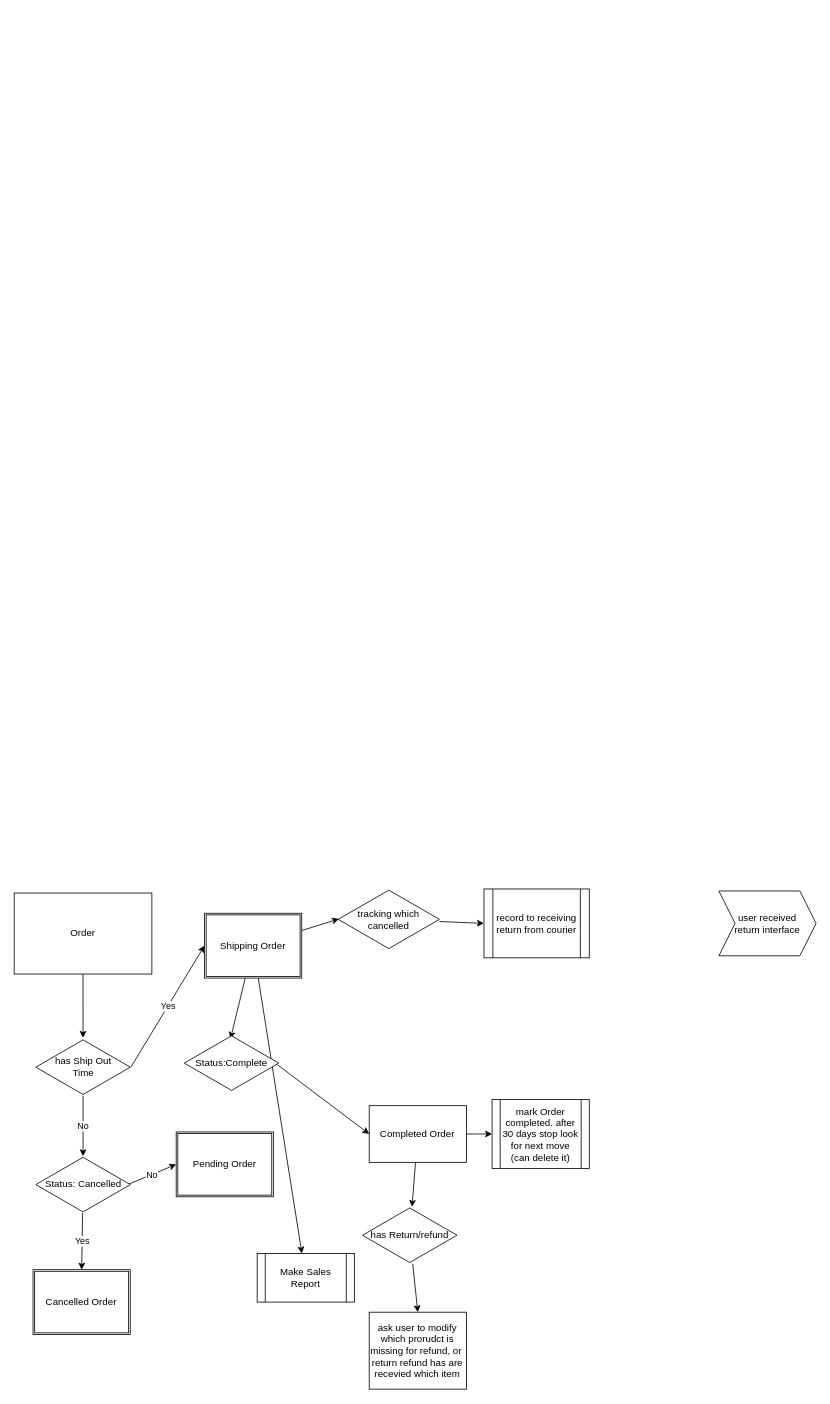
Before: src/main/java/com/colbertlum/orderStatus.drawio in ComaGear/shopeesalescoverter, a draw.io diagram. Source tidied: cells renumbered, new cells numbered last; positions are measured from the earlier drawing's top-left corner, leaving out a move shared by most shapes. Both pictures are drawn from the tidied source at 81%, with x=0, y=0 at pixel (14, 889).
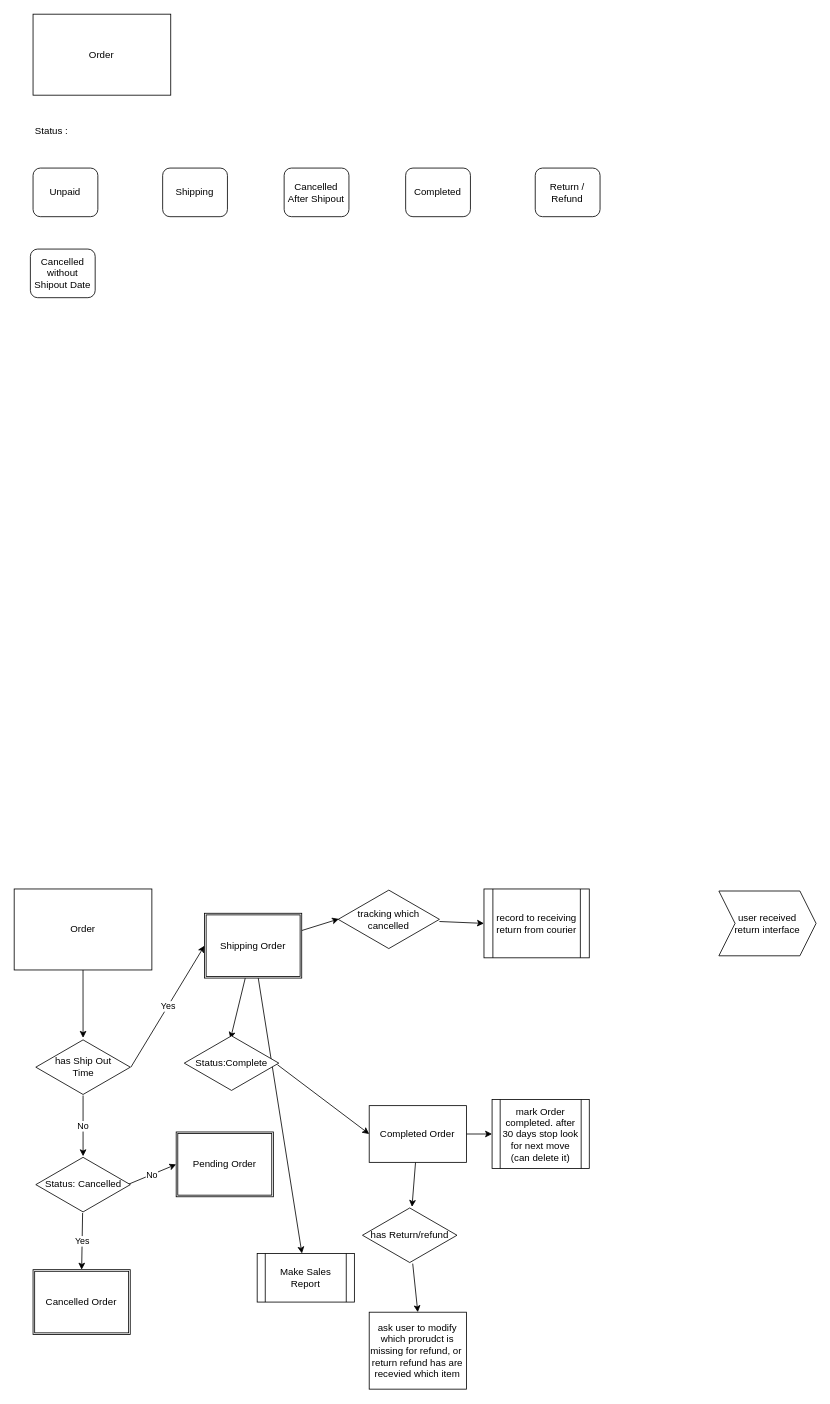
The same page after the edit.

The edit, as a diff of the source:
```diff
@@
     <mxCell id="3" value="Order" style="rounded=0;whiteSpace=wrap;html=1;" parent="1" vertex="1">
-      <mxGeometry y="5" width="170" height="100" as="geometry" />
+      <mxGeometry width="170" height="100" as="geometry" />
     </mxCell>
@@
+    <mxCell id="30" value="Order" style="rounded=0;whiteSpace=wrap;html=1;" parent="1" vertex="1">
+      <mxGeometry x="23.3" y="-1080" width="170" height="100" as="geometry" />
+    </mxCell>
+    <mxCell id="31" value="Unpaid" style="rounded=1;whiteSpace=wrap;html=1;" parent="1" vertex="1">
+      <mxGeometry x="23.3" y="-890" width="80" height="60" as="geometry" />
+    </mxCell>
+    <mxCell id="32" value="Shipping" style="rounded=1;whiteSpace=wrap;html=1;" parent="1" vertex="1">
+      <mxGeometry x="183.3" y="-890" width="80" height="60" as="geometry" />
+    </mxCell>
+    <mxCell id="33" value="Status :" style="text;strokeColor=none;fillColor=none;align=left;verticalAlign=middle;spacingLeft=4;spacingRight=4;overflow=hidden;whiteSpace=wrap;html=1;" parent="1" vertex="1">
+      <mxGeometry x="20" y="-950" width="80" height="30" as="geometry" />
+    </mxCell>
+    <mxCell id="34" value="Cancelled After Shipout" style="rounded=1;whiteSpace=wrap;html=1;" parent="1" vertex="1">
+      <mxGeometry x="333.3" y="-890" width="80" height="60" as="geometry" />
+    </mxCell>
+    <mxCell id="35" value="Cancelled&lt;br&gt;without Shipout Date" style="rounded=1;whiteSpace=wrap;html=1;" parent="1" vertex="1">
+      <mxGeometry x="20" y="-790" width="80" height="60" as="geometry" />
+    </mxCell>
+    <mxCell id="36" value="Completed" style="rounded=1;whiteSpace=wrap;html=1;" parent="1" vertex="1">
+      <mxGeometry x="483.3" y="-890" width="80" height="60" as="geometry" />
+    </mxCell>
+    <mxCell id="37" value="Return / Refund" style="rounded=1;whiteSpace=wrap;html=1;" parent="1" vertex="1">
+      <mxGeometry x="643.3" y="-890" width="80" height="60" as="geometry" />
+    </mxCell>
```
